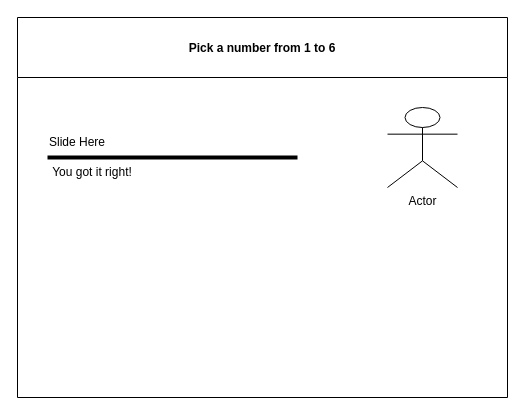
Before: design/water.drawio in darcy-murphy/ICS2O-Unit5-07, a draw.io diagram. Source tidied: cells renumbered, new cells numbered last; positions are measured from the earlier drawing's top-left corner, leaving out a move shared by most shapes. Both pictures are drawn from the tidied source at 100%, with x=0, y=0 at pixel (17, 17).
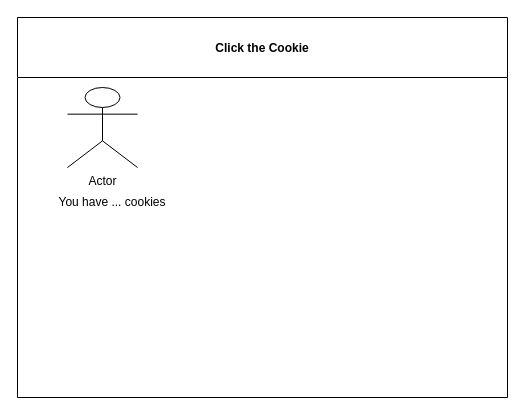
The same diagram, later.

Change to the diagram source:
```diff
@@
 <mxGraphModel>
   <root>
     <mxCell id="0" />
     <mxCell id="1" parent="0" />
-    <mxCell id="2" value="Pick a number from 1 to 6" style="swimlane;startSize=60;" parent="1" vertex="1">
+    <mxCell id="2" value="Click the Cookie" style="swimlane;startSize=60;" parent="1" vertex="1">
       <mxGeometry width="490" height="380" as="geometry" />
     </mxCell>
-    <mxCell id="3" style="line;strokeWidth=4;html=1;perimeter=backbonePerimeter;" parent="2" vertex="1">
-      <mxGeometry x="30" y="80" width="250" height="120" as="geometry" />
-    </mxCell>
-    <mxCell id="4" value="Slide Here" style="text;html=1;strokeColor=none;fillColor=none;align=center;verticalAlign=middle;whiteSpace=wrap;rounded=0;" parent="2" vertex="1">
-      <mxGeometry x="30" y="110" width="60" height="30" as="geometry" />
+    <mxCell id="4" value="You have ... cookies" style="text;html=1;strokeColor=none;fillColor=none;align=center;verticalAlign=middle;whiteSpace=wrap;rounded=0;" parent="2" vertex="1">
+      <mxGeometry x="30" y="170" width="130" height="30" as="geometry" />
     </mxCell>
-    <mxCell id="5" value="You got it right!" style="text;html=1;strokeColor=none;fillColor=none;align=center;verticalAlign=middle;whiteSpace=wrap;rounded=0;" parent="2" vertex="1">
-      <mxGeometry x="10" y="140" width="130" height="30" as="geometry" />
-    </mxCell>
     <mxCell id="6" value="Actor" style="shape=umlActor;verticalLabelPosition=bottom;verticalAlign=top;html=1;" parent="2" vertex="1">
-      <mxGeometry x="370" y="90" width="70" height="80" as="geometry" />
+      <mxGeometry x="50" y="70" width="70" height="80" as="geometry" />
     </mxCell>
   </root>
 </mxGraphModel>
```
